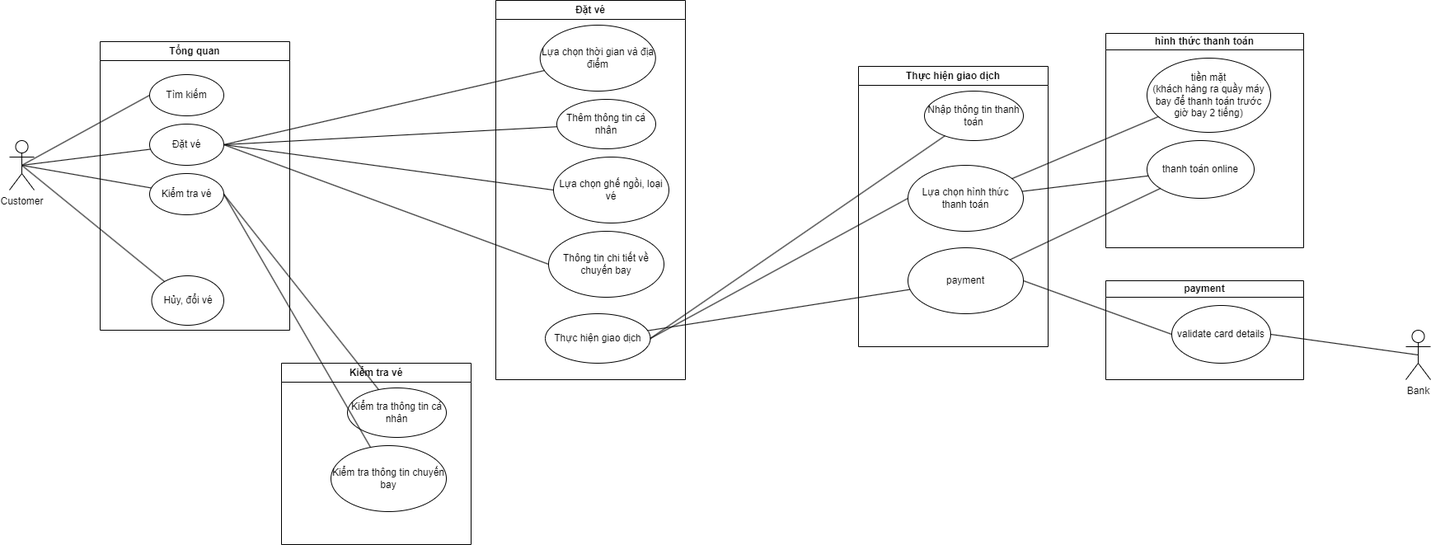
Above: Usecase.drawio.png in GumBox/CloudAirlineG8 (draw.io), before the change. Source tidied: cells renumbered, new cells last; positions are measured from the earlier drawing's top-left corner, leaving out a move shared by most shapes. Its diagram source:
```xml
<mxGraphModel>
  <root>
    <mxCell id="0" />
    <mxCell id="1" parent="0" />
    <mxCell id="2" value="Tổng quan" style="swimlane;whiteSpace=wrap;" parent="1" vertex="1">
      <mxGeometry x="110" y="50" width="230" height="350" as="geometry" />
    </mxCell>
    <mxCell id="3" value="Đặt vé" style="ellipse;whiteSpace=wrap;html=1;" parent="2" vertex="1">
      <mxGeometry x="60" y="100" width="90" height="50" as="geometry" />
    </mxCell>
    <mxCell id="4" value="Kiểm tra vé" style="ellipse;whiteSpace=wrap;html=1;" parent="2" vertex="1">
      <mxGeometry x="60" y="160" width="90" height="50" as="geometry" />
    </mxCell>
    <mxCell id="5" value="Tìm kiếm" style="ellipse;whiteSpace=wrap;html=1;" parent="2" vertex="1">
      <mxGeometry x="60" y="40" width="90" height="50" as="geometry" />
    </mxCell>
    <mxCell id="6" value="Hủy, đổi vé" style="ellipse;whiteSpace=wrap;html=1;" parent="2" vertex="1">
      <mxGeometry x="62.5" y="284" width="87.5" height="60" as="geometry" />
    </mxCell>
    <mxCell id="7" value="Customer" style="shape=umlActor;verticalLabelPosition=bottom;verticalAlign=top;html=1;outlineConnect=0;" parent="1" vertex="1">
      <mxGeometry y="170" width="30" height="60" as="geometry" />
    </mxCell>
    <mxCell id="8" style="endArrow=none;html=1;rounded=0;exitX=0.5;exitY=0.5;exitDx=0;exitDy=0;exitPerimeter=0;" parent="1" edge="1" source="7" target="3">
      <mxGeometry relative="1" as="geometry" />
    </mxCell>
    <mxCell id="9" style="endArrow=none;html=1;rounded=0;exitX=0.5;exitY=0.5;exitDx=0;exitDy=0;exitPerimeter=0;" parent="1" edge="1" source="7" target="4">
      <mxGeometry relative="1" as="geometry" />
    </mxCell>
    <mxCell id="10" style="endArrow=none;html=1;rounded=0;exitX=0.5;exitY=0.5;exitDx=0;exitDy=0;exitPerimeter=0;entryX=0;entryY=0.5;entryDx=0;entryDy=0;" parent="1" edge="1" source="7" target="5">
      <mxGeometry relative="1" as="geometry" />
    </mxCell>
    <mxCell id="11" value="Đặt vé" style="swimlane;whiteSpace=wrap;" parent="1" vertex="1">
      <mxGeometry x="590" width="230" height="460" as="geometry" />
    </mxCell>
    <mxCell id="12" value="Thêm thông tin cá nhân" style="ellipse;whiteSpace=wrap;html=1;" parent="11" vertex="1">
      <mxGeometry x="74" y="120" width="120" height="60" as="geometry" />
    </mxCell>
    <mxCell id="13" value="Lựa chọn thời gian và địa điểm" style="ellipse;whiteSpace=wrap;html=1;" parent="11" vertex="1">
      <mxGeometry x="53.8" y="30" width="140" height="80" as="geometry" />
    </mxCell>
    <mxCell id="14" value="Lựa chọn ghế ngồi, loại vé" style="ellipse;whiteSpace=wrap;html=1;" parent="11" vertex="1">
      <mxGeometry x="70" y="190" width="140" height="80" as="geometry" />
    </mxCell>
    <mxCell id="15" value="Thông tin chi tiết về chuyến bay" style="ellipse;whiteSpace=wrap;html=1;" parent="11" vertex="1">
      <mxGeometry x="64" y="280" width="140" height="80" as="geometry" />
    </mxCell>
    <mxCell id="16" value="Thực hiện giao dịch" style="ellipse;whiteSpace=wrap;html=1;" parent="11" vertex="1">
      <mxGeometry x="60" y="380" width="127.5" height="60" as="geometry" />
    </mxCell>
    <mxCell id="17" style="endArrow=none;html=1;rounded=0;exitX=1;exitY=0.5;exitDx=0;exitDy=0;" parent="1" edge="1" source="3" target="12">
      <mxGeometry relative="1" as="geometry" />
    </mxCell>
    <mxCell id="18" style="endArrow=none;html=1;rounded=0;exitX=1;exitY=0.5;exitDx=0;exitDy=0;entryX=0;entryY=0.5;entryDx=0;entryDy=0;" parent="1" edge="1" source="3" target="14">
      <mxGeometry relative="1" as="geometry" />
    </mxCell>
    <mxCell id="19" style="endArrow=none;html=1;rounded=0;exitX=1;exitY=0.5;exitDx=0;exitDy=0;" parent="1" edge="1" source="3" target="13">
      <mxGeometry relative="1" as="geometry" />
    </mxCell>
    <mxCell id="20" style="endArrow=none;html=1;rounded=0;exitX=1;exitY=0.5;exitDx=0;exitDy=0;entryX=0;entryY=0.5;entryDx=0;entryDy=0;" parent="1" edge="1" source="3" target="15">
      <mxGeometry relative="1" as="geometry" />
    </mxCell>
    <mxCell id="21" value="Kiểm tra vé" style="swimlane;whiteSpace=wrap;" parent="1" vertex="1">
      <mxGeometry x="330" y="440" width="230" height="220" as="geometry" />
    </mxCell>
    <mxCell id="22" value="Kiểm tra thông tin cá nhân" style="ellipse;whiteSpace=wrap;html=1;" parent="21" vertex="1">
      <mxGeometry x="80" y="30" width="120" height="60" as="geometry" />
    </mxCell>
    <mxCell id="23" value="Kiểm tra thông tin chuyến bay" style="ellipse;whiteSpace=wrap;html=1;" parent="21" vertex="1">
      <mxGeometry x="60" y="100" width="140" height="80" as="geometry" />
    </mxCell>
    <mxCell id="24" style="endArrow=none;html=1;rounded=0;exitX=1;exitY=0.5;exitDx=0;exitDy=0;" parent="1" edge="1" source="4" target="22">
      <mxGeometry relative="1" as="geometry" />
    </mxCell>
    <mxCell id="25" style="endArrow=none;html=1;rounded=0;exitX=1;exitY=0.5;exitDx=0;exitDy=0;" parent="1" edge="1" source="4" target="23">
      <mxGeometry relative="1" as="geometry" />
    </mxCell>
    <mxCell id="26" value="Thực hiện giao dịch" style="swimlane;whiteSpace=wrap;startSize=23;" parent="1" vertex="1">
      <mxGeometry x="1030" y="80" width="230" height="340" as="geometry" />
    </mxCell>
    <mxCell id="27" value="Nhập thông tin thanh toán" style="ellipse;whiteSpace=wrap;html=1;" parent="26" vertex="1">
      <mxGeometry x="80" y="30" width="120" height="60" as="geometry" />
    </mxCell>
    <mxCell id="28" value="payment" style="ellipse;whiteSpace=wrap;html=1;" parent="26" vertex="1">
      <mxGeometry x="60" y="220" width="140" height="80" as="geometry" />
    </mxCell>
    <mxCell id="29" value="Lựa chọn hình thức thanh toán" style="ellipse;whiteSpace=wrap;html=1;" parent="26" vertex="1">
      <mxGeometry x="60" y="120" width="140" height="80" as="geometry" />
    </mxCell>
    <mxCell id="30" style="endArrow=none;html=1;rounded=0;exitX=1;exitY=0.5;exitDx=0;exitDy=0;" parent="1" edge="1" source="16" target="27">
      <mxGeometry relative="1" as="geometry" />
    </mxCell>
    <mxCell id="31" style="endArrow=none;html=1;rounded=0;" parent="1" edge="1" source="16" target="28">
      <mxGeometry relative="1" as="geometry" />
    </mxCell>
    <mxCell id="32" style="endArrow=none;html=1;rounded=0;entryX=0;entryY=0.5;entryDx=0;entryDy=0;exitX=1;exitY=0.5;exitDx=0;exitDy=0;" parent="1" edge="1" source="16" target="29">
      <mxGeometry relative="1" as="geometry" />
    </mxCell>
    <mxCell id="33" style="endArrow=none;html=1;rounded=0;exitX=0.5;exitY=0.5;exitDx=0;exitDy=0;exitPerimeter=0;" parent="1" edge="1" source="7" target="6">
      <mxGeometry relative="1" as="geometry" />
    </mxCell>
    <mxCell id="34" value="Bank" style="shape=umlActor;verticalLabelPosition=bottom;verticalAlign=top;html=1;outlineConnect=0;" parent="1" vertex="1">
      <mxGeometry x="1694" y="400" width="30" height="60" as="geometry" />
    </mxCell>
    <mxCell id="35" style="endArrow=none;html=1;rounded=0;exitX=1;exitY=0.5;exitDx=0;exitDy=0;entryX=0.5;entryY=0.5;entryDx=0;entryDy=0;entryPerimeter=0;" parent="1" edge="1" source="38" target="34">
      <mxGeometry relative="1" as="geometry" />
    </mxCell>
    <mxCell id="36" style="endArrow=none;html=1;rounded=0;exitX=1;exitY=0.5;exitDx=0;exitDy=0;entryX=0;entryY=0.5;entryDx=0;entryDy=0;" parent="1" edge="1" source="28" target="38">
      <mxGeometry relative="1" as="geometry" />
    </mxCell>
    <mxCell id="37" value="payment" style="swimlane;whiteSpace=wrap;startSize=20;" parent="1" vertex="1">
      <mxGeometry x="1330" y="340" width="240" height="120" as="geometry" />
    </mxCell>
    <mxCell id="38" value="validate card details" style="ellipse;whiteSpace=wrap;html=1;" parent="37" vertex="1">
      <mxGeometry x="80" y="30" width="120" height="70" as="geometry" />
    </mxCell>
    <mxCell id="39" value="hình thức thanh toán" style="swimlane;whiteSpace=wrap;startSize=20;" parent="1" vertex="1">
      <mxGeometry x="1330" y="40" width="240" height="260" as="geometry" />
    </mxCell>
    <mxCell id="40" value="tiền mặt&lt;br&gt;(khách hàng ra quầy máy bay để thanh toán trước giờ bay 2 tiếng)" style="ellipse;whiteSpace=wrap;html=1;" parent="39" vertex="1">
      <mxGeometry x="50" y="30" width="150" height="90" as="geometry" />
    </mxCell>
    <mxCell id="41" value="thanh toán online" style="ellipse;whiteSpace=wrap;html=1;" parent="39" vertex="1">
      <mxGeometry x="50" y="130" width="130" height="70" as="geometry" />
    </mxCell>
    <mxCell id="42" style="endArrow=none;html=1;rounded=0;" parent="1" edge="1" source="40" target="29">
      <mxGeometry relative="1" as="geometry" />
    </mxCell>
    <mxCell id="43" style="endArrow=none;html=1;rounded=0;" parent="1" edge="1" source="29" target="41">
      <mxGeometry relative="1" as="geometry" />
    </mxCell>
    <mxCell id="44" style="endArrow=none;html=1;rounded=0;" parent="1" edge="1" source="41" target="28">
      <mxGeometry relative="1" as="geometry" />
    </mxCell>
  </root>
</mxGraphModel>
```
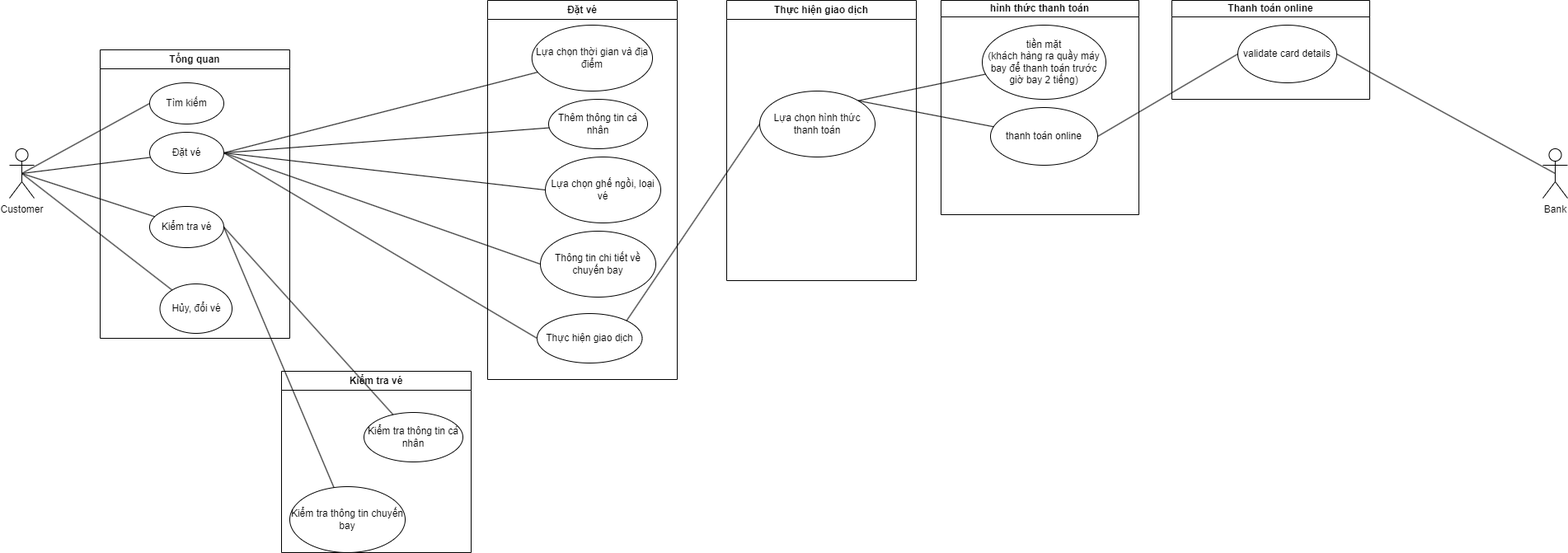
The same diagram one commit later.

Change to the diagram source:
```diff
@@ -9,13 +9,13 @@
       <mxGeometry x="60" y="100" width="90" height="50" as="geometry" />
     </mxCell>
     <mxCell id="4" value="Kiểm tra vé" style="ellipse;whiteSpace=wrap;html=1;" parent="2" vertex="1">
-      <mxGeometry x="60" y="160" width="90" height="50" as="geometry" />
+      <mxGeometry x="60" y="190" width="90" height="50" as="geometry" />
     </mxCell>
     <mxCell id="5" value="Tìm kiếm" style="ellipse;whiteSpace=wrap;html=1;" parent="2" vertex="1">
       <mxGeometry x="60" y="40" width="90" height="50" as="geometry" />
     </mxCell>
     <mxCell id="6" value="Hủy, đổi vé" style="ellipse;whiteSpace=wrap;html=1;" parent="2" vertex="1">
-      <mxGeometry x="62.5" y="284" width="87.5" height="60" as="geometry" />
+      <mxGeometry x="72.5" y="284" width="87.5" height="60" as="geometry" />
     </mxCell>
     <mxCell id="7" value="Customer" style="shape=umlActor;verticalLabelPosition=bottom;verticalAlign=top;html=1;outlineConnect=0;" parent="1" vertex="1">
       <mxGeometry y="170" width="30" height="60" as="geometry" />
@@ -30,13 +30,13 @@
       <mxGeometry relative="1" as="geometry" />
     </mxCell>
     <mxCell id="11" value="Đặt vé" style="swimlane;whiteSpace=wrap;" parent="1" vertex="1">
-      <mxGeometry x="590" width="230" height="460" as="geometry" />
+      <mxGeometry x="580" y="-10" width="230" height="460" as="geometry" />
     </mxCell>
     <mxCell id="12" value="Thêm thông tin cá nhân" style="ellipse;whiteSpace=wrap;html=1;" parent="11" vertex="1">
       <mxGeometry x="74" y="120" width="120" height="60" as="geometry" />
     </mxCell>
     <mxCell id="13" value="Lựa chọn thời gian và địa điểm" style="ellipse;whiteSpace=wrap;html=1;" parent="11" vertex="1">
-      <mxGeometry x="53.8" y="30" width="140" height="80" as="geometry" />
+      <mxGeometry x="53.8" y="30" width="146.2" height="80" as="geometry" />
     </mxCell>
     <mxCell id="14" value="Lựa chọn ghế ngồi, loại vé" style="ellipse;whiteSpace=wrap;html=1;" parent="11" vertex="1">
       <mxGeometry x="70" y="190" width="140" height="80" as="geometry" />
@@ -63,10 +63,10 @@
       <mxGeometry x="330" y="440" width="230" height="220" as="geometry" />
     </mxCell>
     <mxCell id="22" value="Kiểm tra thông tin cá nhân" style="ellipse;whiteSpace=wrap;html=1;" parent="21" vertex="1">
-      <mxGeometry x="80" y="30" width="120" height="60" as="geometry" />
+      <mxGeometry x="100" y="50" width="120" height="60" as="geometry" />
     </mxCell>
     <mxCell id="23" value="Kiểm tra thông tin chuyến bay" style="ellipse;whiteSpace=wrap;html=1;" parent="21" vertex="1">
-      <mxGeometry x="60" y="100" width="140" height="80" as="geometry" />
+      <mxGeometry x="10" y="140" width="140" height="80" as="geometry" />
     </mxCell>
     <mxCell id="24" style="endArrow=none;html=1;rounded=0;exitX=1;exitY=0.5;exitDx=0;exitDy=0;" parent="1" edge="1" source="4" target="22">
       <mxGeometry relative="1" as="geometry" />
@@ -75,61 +75,49 @@
       <mxGeometry relative="1" as="geometry" />
     </mxCell>
     <mxCell id="26" value="Thực hiện giao dịch" style="swimlane;whiteSpace=wrap;startSize=23;" parent="1" vertex="1">
-      <mxGeometry x="1030" y="80" width="230" height="340" as="geometry" />
+      <mxGeometry x="870" y="-10" width="230" height="340" as="geometry" />
     </mxCell>
-    <mxCell id="27" value="Nhập thông tin thanh toán" style="ellipse;whiteSpace=wrap;html=1;" parent="26" vertex="1">
-      <mxGeometry x="80" y="30" width="120" height="60" as="geometry" />
-    </mxCell>
-    <mxCell id="28" value="payment" style="ellipse;whiteSpace=wrap;html=1;" parent="26" vertex="1">
-      <mxGeometry x="60" y="220" width="140" height="80" as="geometry" />
-    </mxCell>
     <mxCell id="29" value="Lựa chọn hình thức thanh toán" style="ellipse;whiteSpace=wrap;html=1;" parent="26" vertex="1">
-      <mxGeometry x="60" y="120" width="140" height="80" as="geometry" />
+      <mxGeometry x="40" y="110" width="140" height="80" as="geometry" />
     </mxCell>
-    <mxCell id="30" style="endArrow=none;html=1;rounded=0;exitX=1;exitY=0.5;exitDx=0;exitDy=0;" parent="1" edge="1" source="16" target="27">
-      <mxGeometry relative="1" as="geometry" />
-    </mxCell>
-    <mxCell id="31" style="endArrow=none;html=1;rounded=0;" parent="1" edge="1" source="16" target="28">
-      <mxGeometry relative="1" as="geometry" />
-    </mxCell>
-    <mxCell id="32" style="endArrow=none;html=1;rounded=0;entryX=0;entryY=0.5;entryDx=0;entryDy=0;exitX=1;exitY=0.5;exitDx=0;exitDy=0;" parent="1" edge="1" source="16" target="29">
+    <mxCell id="32" style="endArrow=none;html=1;rounded=0;entryX=0;entryY=0.5;entryDx=0;entryDy=0;exitX=1;exitY=0;exitDx=0;exitDy=0;" parent="1" edge="1" source="16" target="29">
       <mxGeometry relative="1" as="geometry" />
     </mxCell>
     <mxCell id="33" style="endArrow=none;html=1;rounded=0;exitX=0.5;exitY=0.5;exitDx=0;exitDy=0;exitPerimeter=0;" parent="1" edge="1" source="7" target="6">
       <mxGeometry relative="1" as="geometry" />
     </mxCell>
     <mxCell id="34" value="Bank" style="shape=umlActor;verticalLabelPosition=bottom;verticalAlign=top;html=1;outlineConnect=0;" parent="1" vertex="1">
-      <mxGeometry x="1694" y="400" width="30" height="60" as="geometry" />
+      <mxGeometry x="1860" y="170" width="30" height="60" as="geometry" />
     </mxCell>
     <mxCell id="35" style="endArrow=none;html=1;rounded=0;exitX=1;exitY=0.5;exitDx=0;exitDy=0;entryX=0.5;entryY=0.5;entryDx=0;entryDy=0;entryPerimeter=0;" parent="1" edge="1" source="38" target="34">
       <mxGeometry relative="1" as="geometry" />
     </mxCell>
-    <mxCell id="36" style="endArrow=none;html=1;rounded=0;exitX=1;exitY=0.5;exitDx=0;exitDy=0;entryX=0;entryY=0.5;entryDx=0;entryDy=0;" parent="1" edge="1" source="28" target="38">
-      <mxGeometry relative="1" as="geometry" />
-    </mxCell>
-    <mxCell id="37" value="payment" style="swimlane;whiteSpace=wrap;startSize=20;" parent="1" vertex="1">
-      <mxGeometry x="1330" y="340" width="240" height="120" as="geometry" />
+    <mxCell id="37" value="Thanh toán online" style="swimlane;whiteSpace=wrap;startSize=20;" parent="1" vertex="1">
+      <mxGeometry x="1410" y="-10" width="240" height="120" as="geometry" />
     </mxCell>
     <mxCell id="38" value="validate card details" style="ellipse;whiteSpace=wrap;html=1;" parent="37" vertex="1">
       <mxGeometry x="80" y="30" width="120" height="70" as="geometry" />
     </mxCell>
     <mxCell id="39" value="hình thức thanh toán" style="swimlane;whiteSpace=wrap;startSize=20;" parent="1" vertex="1">
-      <mxGeometry x="1330" y="40" width="240" height="260" as="geometry" />
+      <mxGeometry x="1130" y="-10" width="240" height="260" as="geometry" />
     </mxCell>
     <mxCell id="40" value="tiền mặt&lt;br&gt;(khách hàng ra quầy máy bay để thanh toán trước giờ bay 2 tiếng)" style="ellipse;whiteSpace=wrap;html=1;" parent="39" vertex="1">
       <mxGeometry x="50" y="30" width="150" height="90" as="geometry" />
     </mxCell>
     <mxCell id="41" value="thanh toán online" style="ellipse;whiteSpace=wrap;html=1;" parent="39" vertex="1">
-      <mxGeometry x="50" y="130" width="130" height="70" as="geometry" />
+      <mxGeometry x="60" y="130" width="130" height="70" as="geometry" />
     </mxCell>
-    <mxCell id="42" style="endArrow=none;html=1;rounded=0;" parent="1" edge="1" source="40" target="29">
+    <mxCell id="42" style="endArrow=none;html=1;rounded=0;entryX=1;entryY=0;entryDx=0;entryDy=0;" parent="1" edge="1" source="40" target="29">
       <mxGeometry relative="1" as="geometry" />
     </mxCell>
-    <mxCell id="43" style="endArrow=none;html=1;rounded=0;" parent="1" edge="1" source="29" target="41">
+    <mxCell id="43" style="endArrow=none;html=1;rounded=0;exitX=1;exitY=0;exitDx=0;exitDy=0;" parent="1" edge="1" source="29" target="41">
       <mxGeometry relative="1" as="geometry" />
     </mxCell>
-    <mxCell id="44" style="endArrow=none;html=1;rounded=0;" parent="1" edge="1" source="41" target="28">
-      <mxGeometry relative="1" as="geometry" />
-    </mxCell>
+    <mxCell id="45" style="endArrow=none;html=1;rounded=0;exitX=1;exitY=0.5;exitDx=0;exitDy=0;entryX=0;entryY=0.5;entryDx=0;entryDy=0;" parent="1" edge="1" source="3" target="16">
+      <mxGeometry relative="1" as="geometry" />
+    </mxCell>
+    <mxCell id="46" style="endArrow=none;html=1;rounded=0;exitX=1;exitY=0.5;exitDx=0;exitDy=0;entryX=0;entryY=0.5;entryDx=0;entryDy=0;" parent="1" edge="1" source="41" target="38">
+      <mxGeometry relative="1" as="geometry" />
+    </mxCell>
   </root>
 </mxGraphModel>
```
